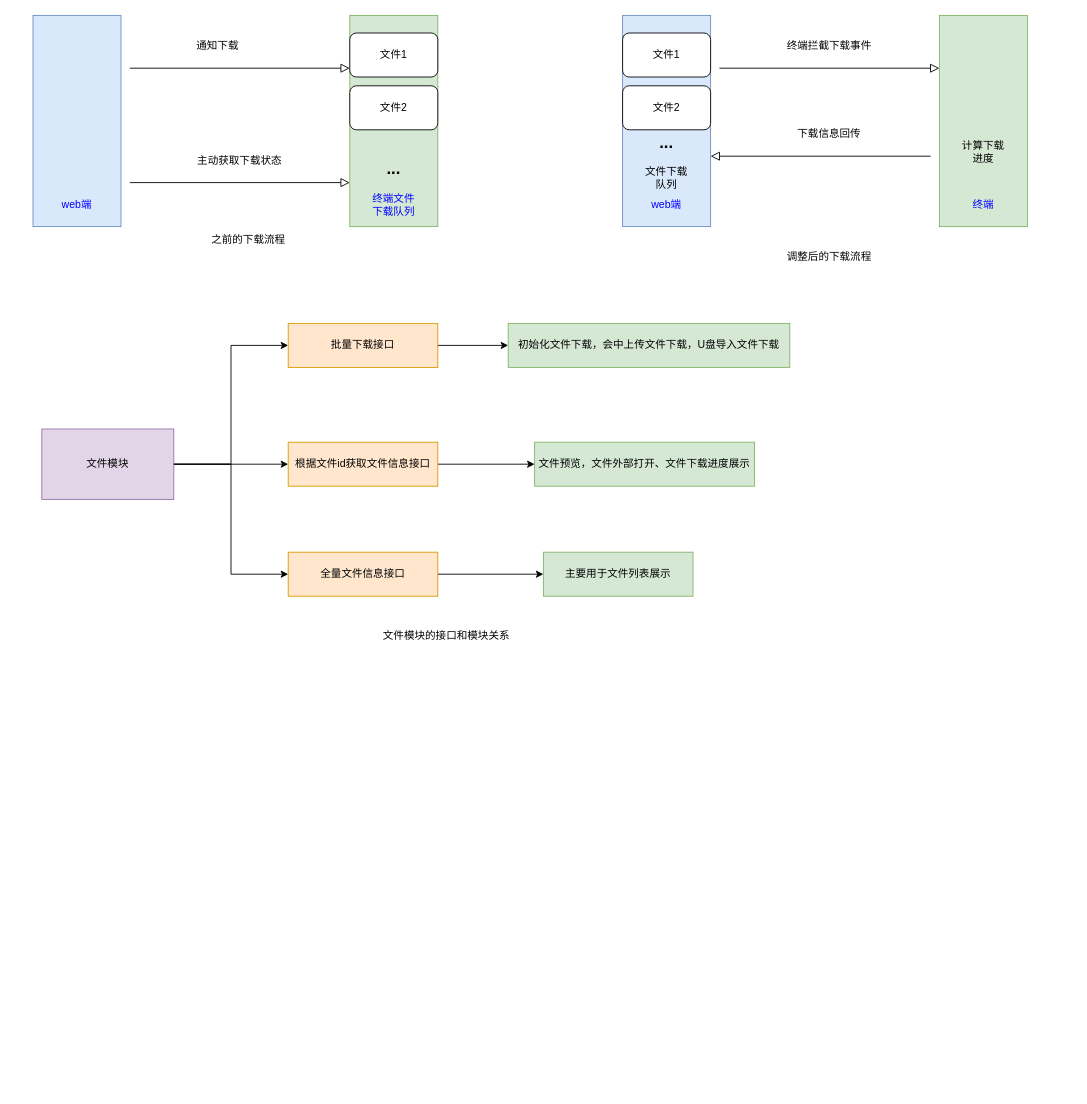
This is whiteboard/work/download.drawio from laterbuy/blogTalk, a draw.io file, before an edit. Source tidied: cells renumbered, new cells numbered last; positions are measured from the earlier drawing's top-left corner, leaving out a move shared by most shapes. Both pictures are drawn from the tidied source at 88%, with x=0, y=0 at pixel (33, 15).
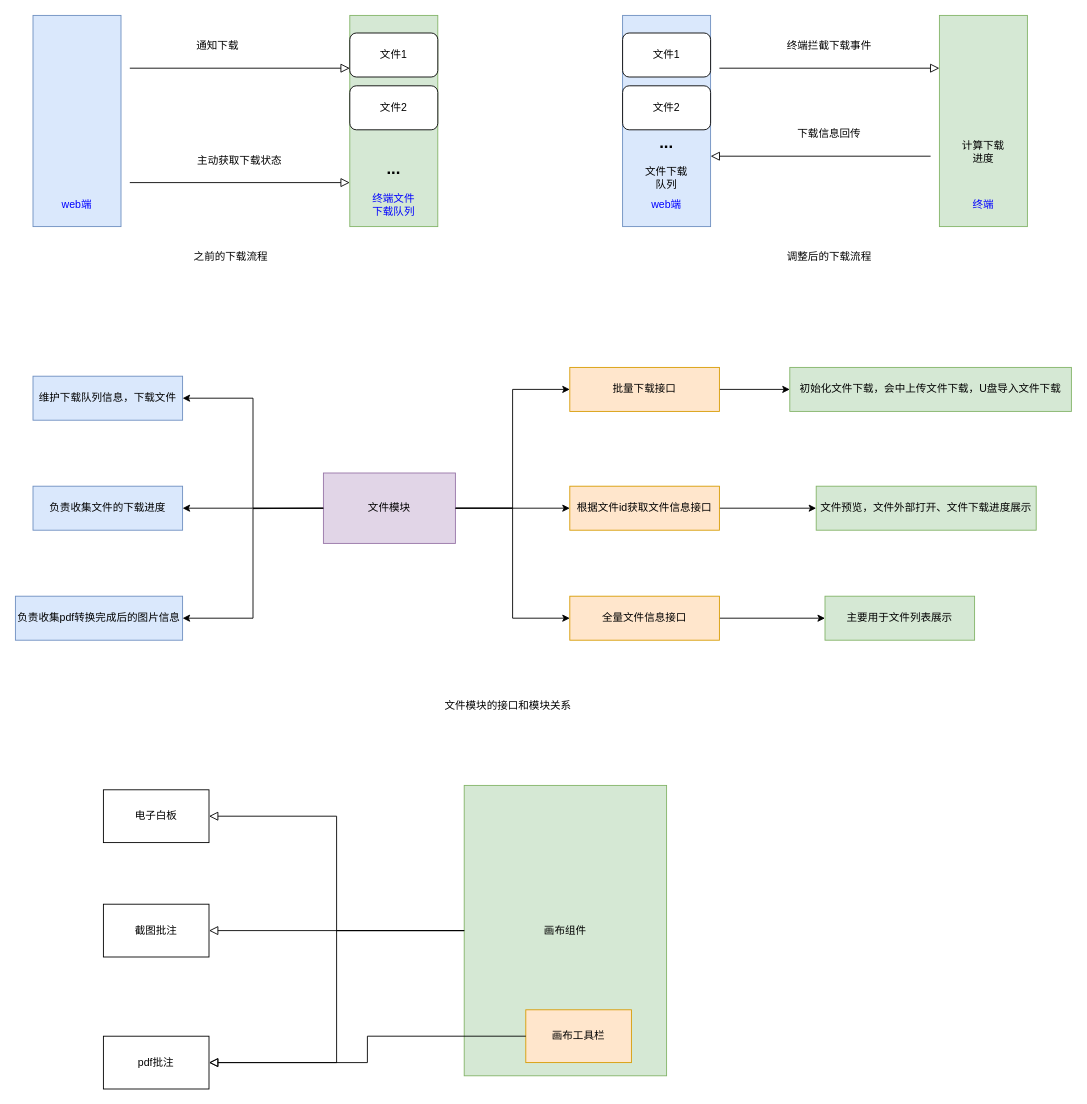
After the change.

The edit, as a diff of the source:
```diff
@@
     <mxCell id="13" value="之前的下载流程" style="text;html=1;strokeColor=none;fillColor=none;align=center;verticalAlign=middle;whiteSpace=wrap;rounded=0;" parent="1" vertex="1">
-      <mxGeometry x="180" y="240" width="130" height="30" as="geometry" />
+      <mxGeometry x="160" y="260" width="130" height="30" as="geometry" />
     </mxCell>
     <mxCell id="14" value="文件模块的接口和模块关系" style="text;html=1;strokeColor=none;fillColor=none;align=center;verticalAlign=middle;whiteSpace=wrap;rounded=0;" parent="1" vertex="1">
-      <mxGeometry x="360" y="690" width="220" height="30" as="geometry" />
+      <mxGeometry x="430" y="770" width="220" height="30" as="geometry" />
     </mxCell>
@@
+    <mxCell id="42" style="edgeStyle=orthogonalEdgeStyle;rounded=0;jettySize=auto;html=1;entryX=1;entryY=0.5;entryDx=0;entryDy=0;" parent="1" edge="1" source="16" target="43">
+      <mxGeometry relative="1" as="geometry" />
+    </mxCell>
     <mxCell id="16" value="文件模块" style="rounded=0;whiteSpace=wrap;html=1;fillColor=#e1d5e7;strokeColor=#9673a6;" parent="1" vertex="1">
-      <mxGeometry x="10" y="470" width="150" height="80" as="geometry" />
+      <mxGeometry x="330" y="520" width="150" height="80" as="geometry" />
     </mxCell>
@@
     <mxCell id="18" value="批量下载接口" style="rounded=0;whiteSpace=wrap;html=1;fillColor=#ffe6cc;strokeColor=#d79b00;" parent="1" vertex="1">
-      <mxGeometry x="290" y="350" width="170" height="50" as="geometry" />
+      <mxGeometry x="610" y="400" width="170" height="50" as="geometry" />
     </mxCell>
@@
     <mxCell id="20" value="根据文件id获取文件信息接口" style="rounded=0;whiteSpace=wrap;html=1;fillColor=#ffe6cc;strokeColor=#d79b00;" parent="1" vertex="1">
-      <mxGeometry x="290" y="485" width="170" height="50" as="geometry" />
+      <mxGeometry x="610" y="535" width="170" height="50" as="geometry" />
     </mxCell>
@@
     <mxCell id="22" value="全量文件信息接口" style="rounded=0;whiteSpace=wrap;html=1;fillColor=#ffe6cc;strokeColor=#d79b00;" parent="1" vertex="1">
-      <mxGeometry x="290" y="610" width="170" height="50" as="geometry" />
+      <mxGeometry x="610" y="660" width="170" height="50" as="geometry" />
     </mxCell>
@@
     <mxCell id="25" value="主要用于文件列表展示" style="rounded=0;whiteSpace=wrap;html=1;fillColor=#d5e8d4;strokeColor=#82b366;" parent="1" vertex="1">
-      <mxGeometry x="580" y="610" width="170" height="50" as="geometry" />
+      <mxGeometry x="900" y="660" width="170" height="50" as="geometry" />
     </mxCell>
     <mxCell id="26" value="文件预览，文件外部打开、文件下载进度展示" style="rounded=0;whiteSpace=wrap;html=1;fillColor=#d5e8d4;strokeColor=#82b366;" parent="1" vertex="1">
-      <mxGeometry x="570" y="485" width="250" height="50" as="geometry" />
+      <mxGeometry x="890" y="535" width="250" height="50" as="geometry" />
     </mxCell>
     <mxCell id="27" value="初始化文件下载，会中上传文件下载，U盘导入文件下载" style="rounded=0;whiteSpace=wrap;html=1;fillColor=#d5e8d4;strokeColor=#82b366;" parent="1" vertex="1">
-      <mxGeometry x="540" y="350" width="320" height="50" as="geometry" />
+      <mxGeometry x="860" y="400" width="320" height="50" as="geometry" />
     </mxCell>
@@
+    <mxCell id="43" value="维护下载队列信息，下载文件" style="rounded=0;whiteSpace=wrap;html=1;fillColor=#dae8fc;strokeColor=#6c8ebf;" parent="1" vertex="1">
+      <mxGeometry y="410" width="170" height="50" as="geometry" />
+    </mxCell>
+    <mxCell id="44" value="负责收集文件的下载进度" style="rounded=0;whiteSpace=wrap;html=1;fillColor=#dae8fc;strokeColor=#6c8ebf;" parent="1" vertex="1">
+      <mxGeometry y="535" width="170" height="50" as="geometry" />
+    </mxCell>
+    <mxCell id="45" style="edgeStyle=orthogonalEdgeStyle;rounded=0;jettySize=auto;html=1;exitX=0;exitY=0.5;exitDx=0;exitDy=0;" parent="1" edge="1" source="16" target="44">
+      <mxGeometry relative="1" as="geometry" />
+    </mxCell>
+    <mxCell id="46" value="负责收集pdf转换完成后的图片信息" style="rounded=0;whiteSpace=wrap;html=1;fillColor=#dae8fc;strokeColor=#6c8ebf;" parent="1" vertex="1">
+      <mxGeometry x="-20" y="660" width="190" height="50" as="geometry" />
+    </mxCell>
+    <mxCell id="47" style="edgeStyle=orthogonalEdgeStyle;rounded=0;jettySize=auto;html=1;entryX=1;entryY=0.5;entryDx=0;entryDy=0;" parent="1" edge="1" target="46">
+      <mxGeometry relative="1" as="geometry">
+        <mxPoint x="330" y="560" as="sourcePoint" />
+      </mxGeometry>
+    </mxCell>
+    <mxCell id="48" value="画布组件" style="rounded=0;whiteSpace=wrap;html=1;fillColor=#d5e8d4;strokeColor=#82b366;" parent="1" vertex="1">
+      <mxGeometry x="490" y="875" width="230" height="330" as="geometry" />
+    </mxCell>
+    <mxCell id="49" value="电子白板" style="rounded=0;whiteSpace=wrap;html=1;" parent="1" vertex="1">
+      <mxGeometry x="80" y="880" width="120" height="60" as="geometry" />
+    </mxCell>
+    <mxCell id="50" value="截图批注" style="rounded=0;whiteSpace=wrap;html=1;" parent="1" vertex="1">
+      <mxGeometry x="80" y="1010" width="120" height="60" as="geometry" />
+    </mxCell>
+    <mxCell id="51" value="pdf批注" style="rounded=0;whiteSpace=wrap;html=1;" parent="1" vertex="1">
+      <mxGeometry x="80" y="1160" width="120" height="60" as="geometry" />
+    </mxCell>
+    <mxCell id="52" style="rounded=0;html=1;jettySize=auto;fontSize=11;endArrow=block;endFill=0;endSize=8;strokeWidth=1;shadow=0;labelBackgroundColor=none;edgeStyle=orthogonalEdgeStyle;entryX=1;entryY=0.5;entryDx=0;entryDy=0;exitX=0;exitY=0.5;exitDx=0;exitDy=0;" parent="1" edge="1" source="48" target="49">
+      <mxGeometry relative="1" as="geometry" />
+    </mxCell>
+    <mxCell id="53" style="rounded=0;html=1;jettySize=auto;fontSize=11;endArrow=block;endFill=0;endSize=8;strokeWidth=1;shadow=0;labelBackgroundColor=none;edgeStyle=orthogonalEdgeStyle;entryX=1;entryY=0.5;entryDx=0;entryDy=0;exitX=0;exitY=0.5;exitDx=0;exitDy=0;" parent="1" edge="1" source="48" target="50">
+      <mxGeometry relative="1" as="geometry" />
+    </mxCell>
+    <mxCell id="54" style="rounded=0;html=1;jettySize=auto;fontSize=11;endArrow=block;endFill=0;endSize=8;strokeWidth=1;shadow=0;labelBackgroundColor=none;edgeStyle=orthogonalEdgeStyle;entryX=1;entryY=0.5;entryDx=0;entryDy=0;exitX=0;exitY=0.5;exitDx=0;exitDy=0;" parent="1" edge="1" source="48" target="51">
+      <mxGeometry relative="1" as="geometry" />
+    </mxCell>
+    <mxCell id="55" value="画布工具栏" style="rounded=0;whiteSpace=wrap;html=1;fillColor=#ffe6cc;strokeColor=#d79b00;" parent="1" vertex="1">
+      <mxGeometry x="560" y="1130" width="120" height="60" as="geometry" />
+    </mxCell>
+    <mxCell id="56" style="rounded=0;html=1;jettySize=auto;fontSize=11;endArrow=block;endFill=0;endSize=8;strokeWidth=1;shadow=0;labelBackgroundColor=none;edgeStyle=orthogonalEdgeStyle;entryX=1;entryY=0.5;entryDx=0;entryDy=0;exitX=0;exitY=0.5;exitDx=0;exitDy=0;" parent="1" edge="1" source="55" target="51">
+      <mxGeometry relative="1" as="geometry" />
+    </mxCell>
```
